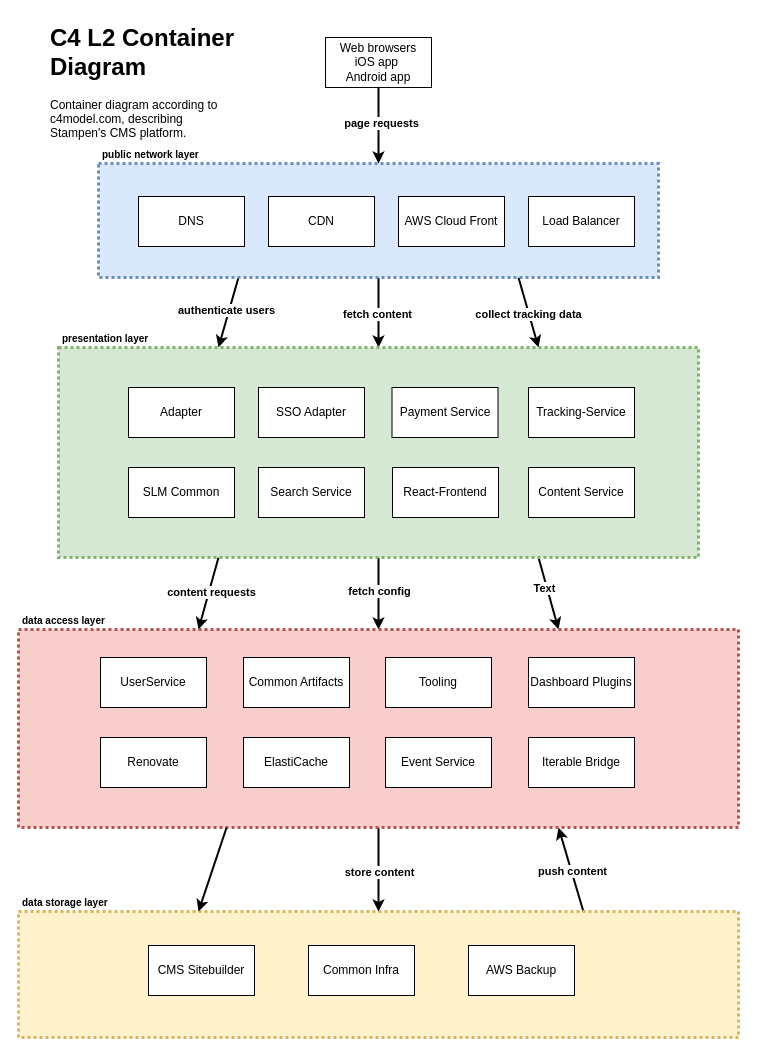
Earlier version of the draw.io diagram L2 component diagram Stampen CMS Platform.drawio (SLM-Development/diagrams). Source tidied: cells renumbered, new cells numbered last; positions are measured from the earlier drawing's top-left corner, leaving out a move shared by most shapes. Both pictures are drawn from the tidied source at 100%, with x=0, y=0 at pixel (18, 17).
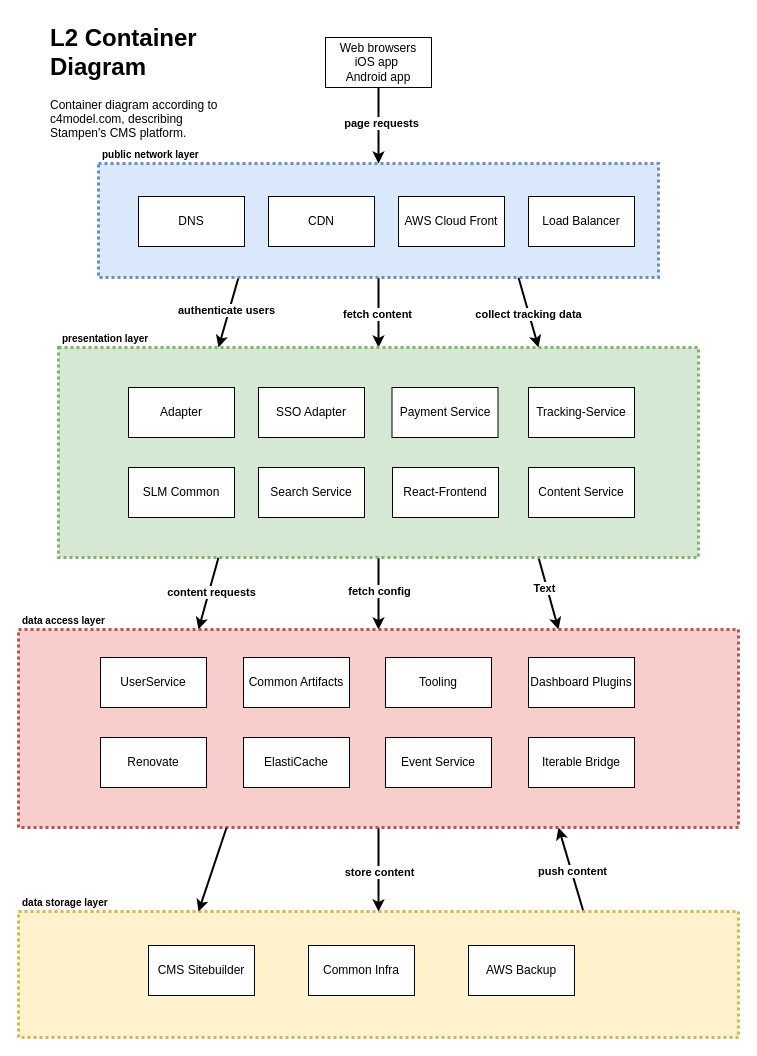
Above is the later version.

Diff of the diagram source:
```diff
@@
-    <mxCell id="48" value="&lt;h1 style=&quot;margin-top: 0px;&quot;&gt;C4 L2 Container Diagram&lt;/h1&gt;&lt;p&gt;Container diagram according to c4model.com, describing Stampen's CMS platform.&lt;/p&gt;" style="text;html=1;whiteSpace=wrap;overflow=hidden;rounded=0;" parent="1" vertex="1">
+    <mxCell id="48" value="&lt;h1 style=&quot;margin-top: 0px;&quot;&gt;L2 Container Diagram&lt;/h1&gt;&lt;p&gt;Container diagram according to c4model.com, describing Stampen's CMS platform.&lt;/p&gt;" style="text;html=1;whiteSpace=wrap;overflow=hidden;rounded=0;" parent="1" vertex="1">
       <mxGeometry x="30" width="190" height="120" as="geometry" />
     </mxCell>
```
